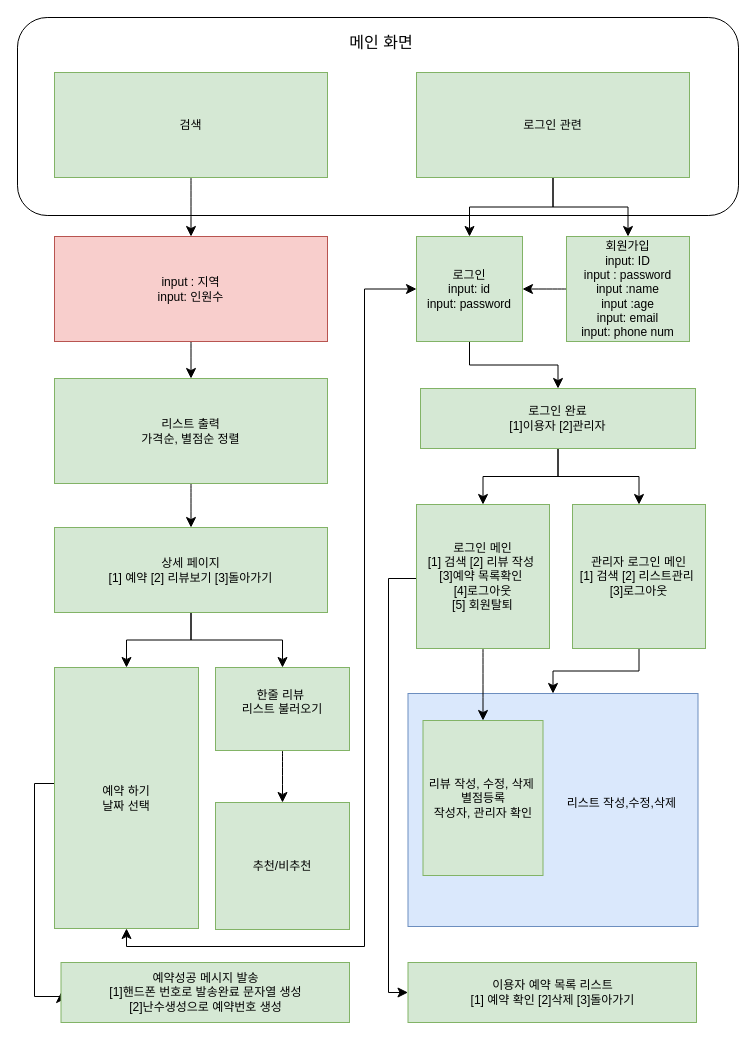
Before: 제목 없는 다이어그램.drawio in networkSorcerer/KDT_DB_PROJECT, a draw.io diagram. Source tidied: cells renumbered, new cells numbered last; positions are measured from the earlier drawing's top-left corner, leaving out a move shared by most shapes. Both pictures are drawn from the tidied source at 100%, with x=0, y=0 at pixel (17, 17).
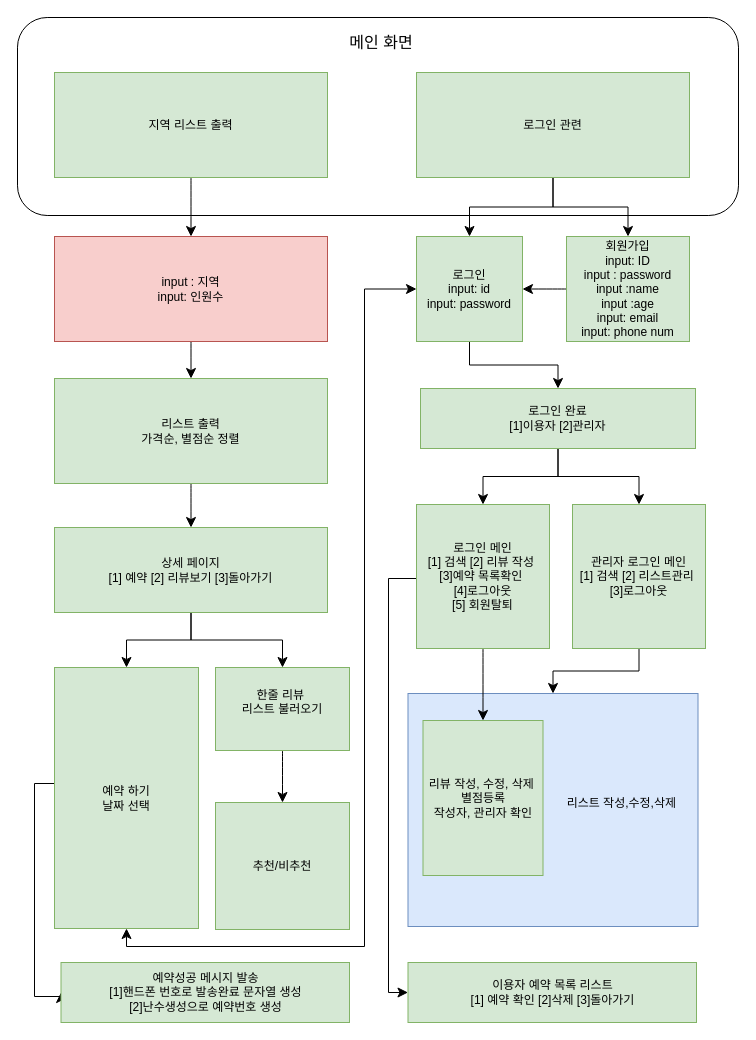
The same page after the edit.

Commit message:
제목 없는 다이어그램.drawio 업데이트

Diff of the diagram source:
```diff
@@
-    <mxCell id="5" value="검색" style="rounded=0;whiteSpace=wrap;html=1;fillColor=#d5e8d4;strokeColor=#82b366;" parent="1" vertex="1">
+    <mxCell id="5" value="지역 리스트 출력" style="rounded=0;whiteSpace=wrap;html=1;fillColor=#d5e8d4;strokeColor=#82b366;" parent="1" vertex="1">
       <mxGeometry x="37" y="55" width="273" height="105" as="geometry" />
     </mxCell>
```
